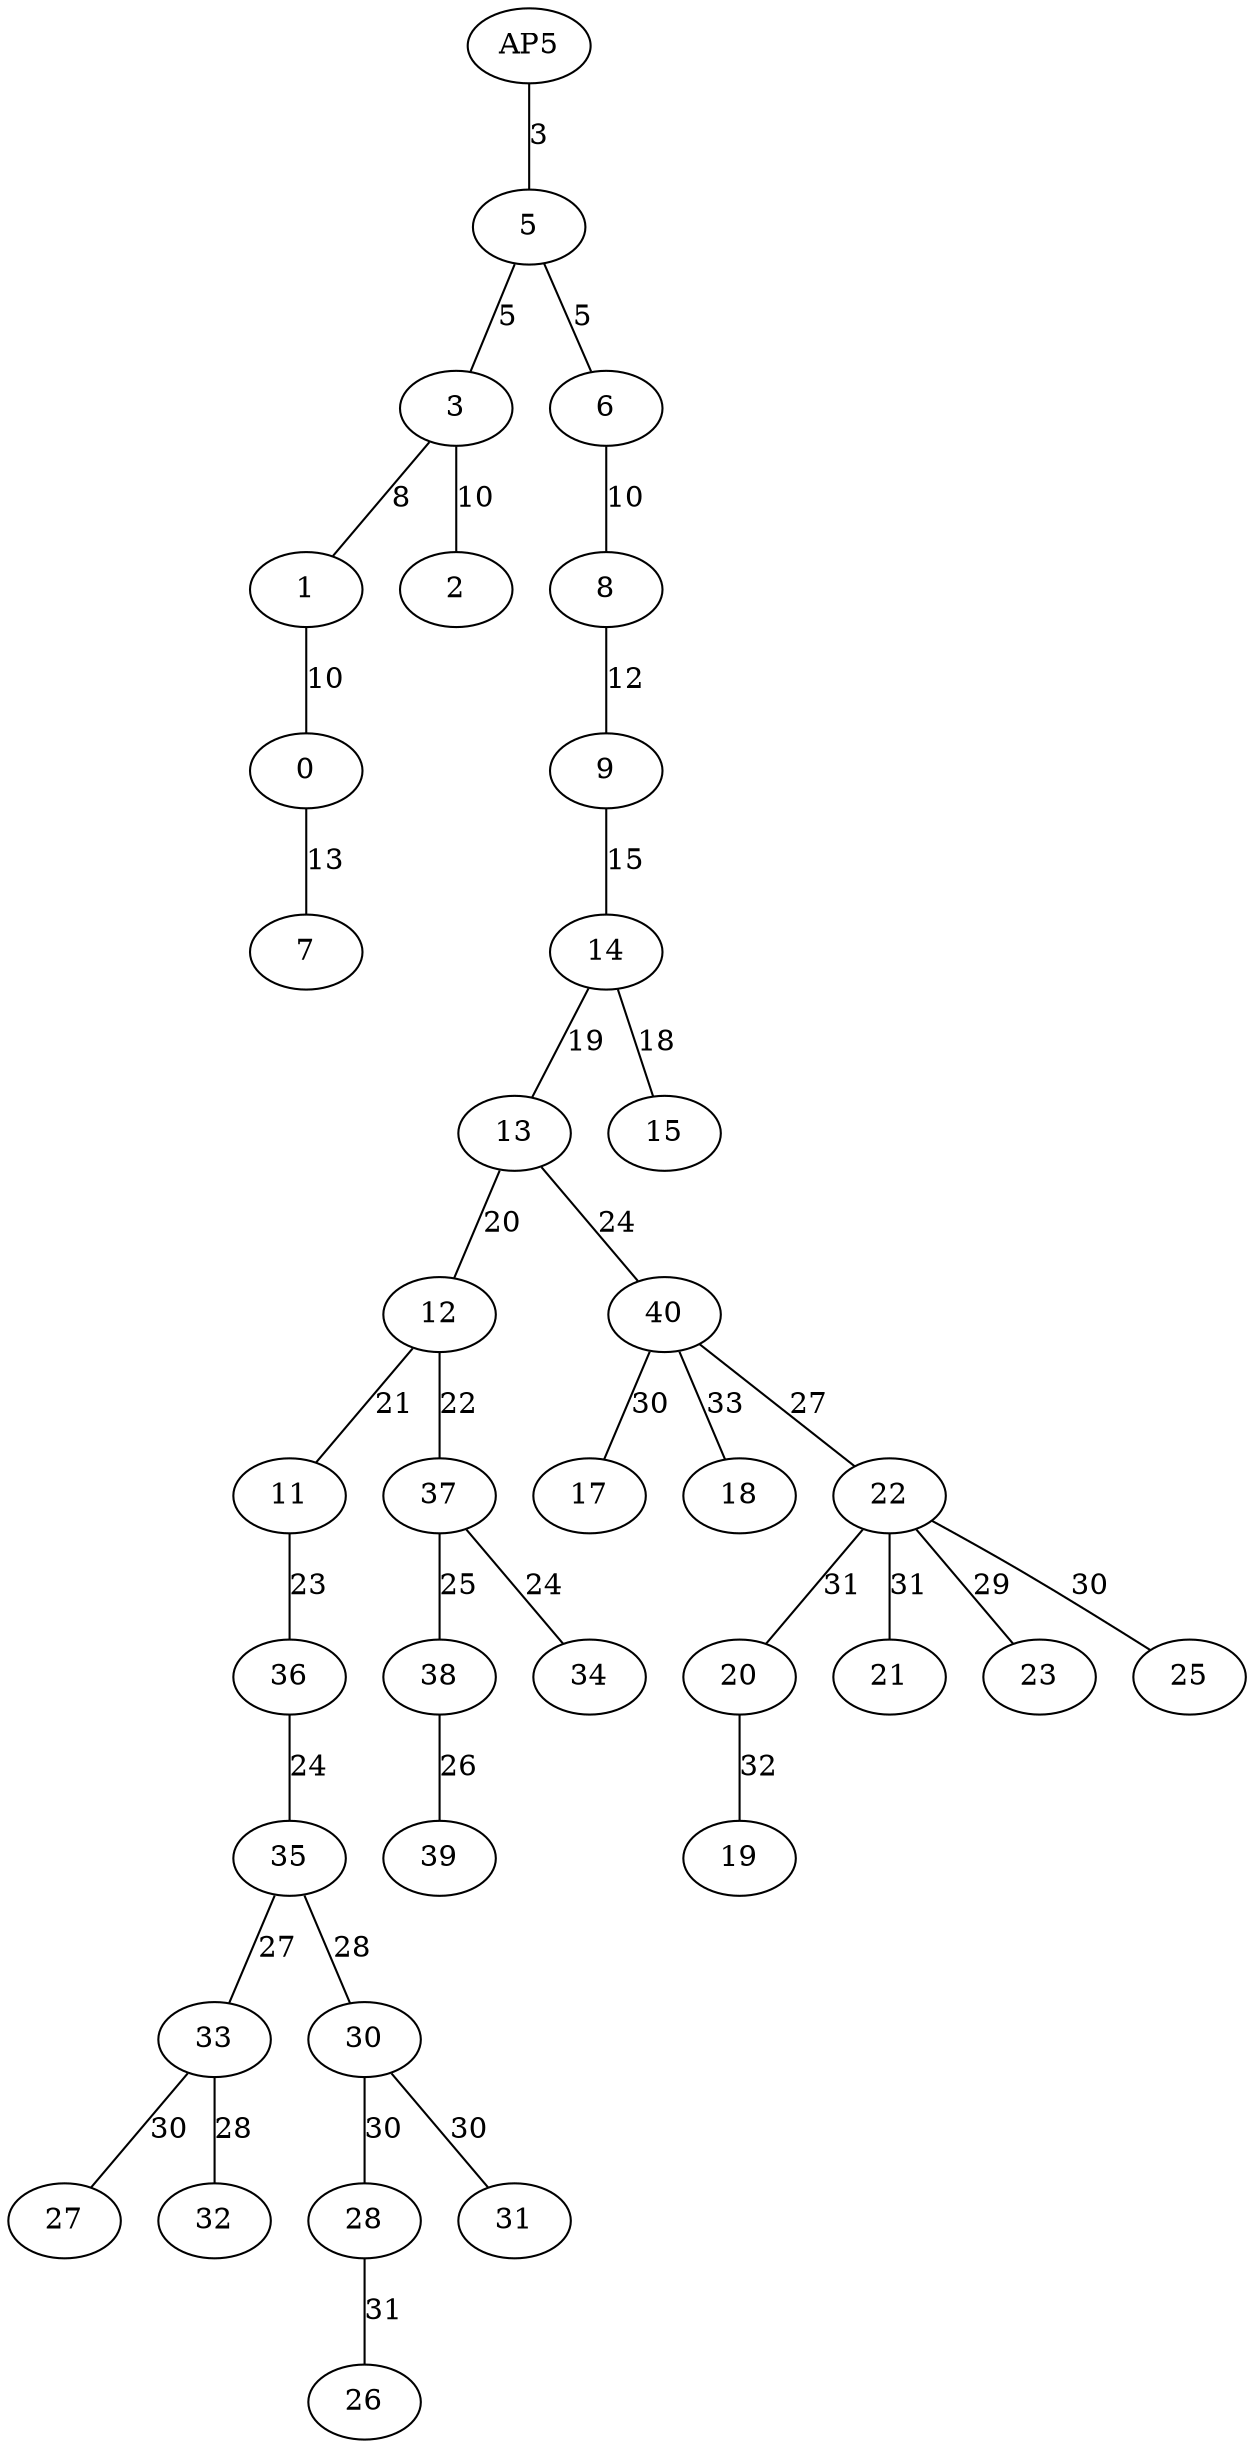
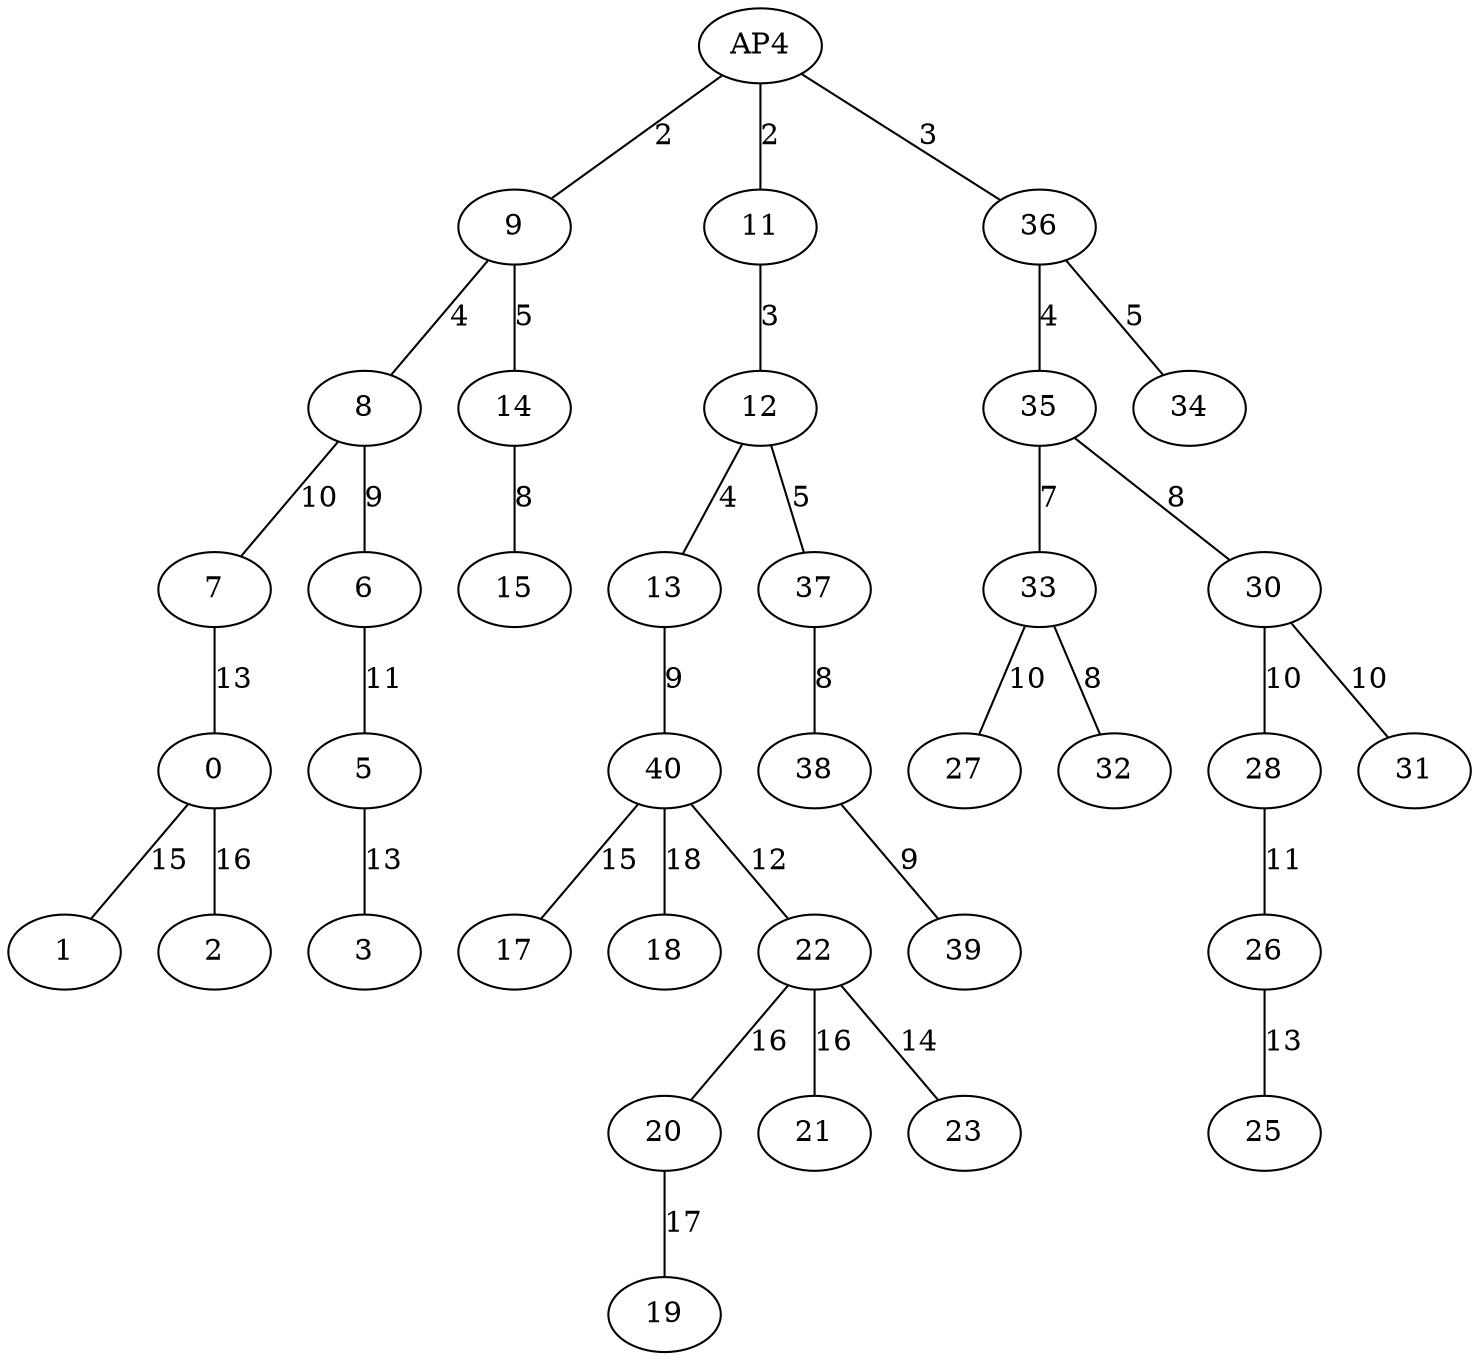
graph US13 {
- 1 -- ﻿0 [label="10"];
- 3 -- 1 [label="8"];
- 3 -- 2 [label="10"];
- ﻿0 -- 7 [label="13"];
- 5 -- 3 [label="5"];
- AP5 -- 5 [label="3"];
- 5 -- 6 [label="5"];
- 6 -- 8 [label="10"];
- 9 -- 14 [label="15"];
- 8 -- 9 [label="12"];
- 12 -- 11 [label="21"];
- 11 -- 36 [label="23"];
- 13 -- 12 [label="20"];
- 14 -- 13 [label="19"];
- 12 -- 37 [label="22"];
- 13 -- 40 [label="24"];
- 14 -- 15 [label="18"];
- 40 -- 17 [label="30"];
- 40 -- 18 [label="33"];
- 20 -- 19 [label="32"];
- 22 -- 20 [label="31"];
- 22 -- 21 [label="31"];
- 40 -- 22 [label="27"];
- 22 -- 23 [label="29"];
- 22 -- 25 [label="30"];
- 28 -- 26 [label="31"];
- 33 -- 27 [label="30"];
- 30 -- 28 [label="30"];
- 30 -- 31 [label="30"];
- 35 -- 33 [label="27"];
- 35 -- 30 [label="28"];
- 36 -- 35 [label="24"];
- 33 -- 32 [label="28"];
- 38 -- 39 [label="26"];
- 37 -- 34 [label="24"];
- 37 -- 38 [label="25"];
+ 7 -- ﻿0 [label="13"];
+ ﻿0 -- 1 [label="15"];
+ ﻿0 -- 2 [label="16"];
+ 8 -- 7 [label="10"];
+ 5 -- 3 [label="13"];
+ 6 -- 5 [label="11"];
+ 8 -- 6 [label="9"];
+ 9 -- 8 [label="4"];
+ 9 -- 14 [label="5"];
+ AP4 -- 9 [label="2"];
+ AP4 -- 11 [label="2"];
+ AP4 -- 36 [label="3"];
+ 11 -- 12 [label="3"];
+ 12 -- 13 [label="4"];
+ 12 -- 37 [label="5"];
+ 13 -- 40 [label="9"];
+ 14 -- 15 [label="8"];
+ 40 -- 17 [label="15"];
+ 40 -- 18 [label="18"];
+ 20 -- 19 [label="17"];
+ 22 -- 20 [label="16"];
+ 22 -- 21 [label="16"];
+ 40 -- 22 [label="12"];
+ 22 -- 23 [label="14"];
+ 26 -- 25 [label="13"];
+ 28 -- 26 [label="11"];
+ 33 -- 27 [label="10"];
+ 30 -- 28 [label="10"];
+ 30 -- 31 [label="10"];
+ 35 -- 33 [label="7"];
+ 35 -- 30 [label="8"];
+ 36 -- 35 [label="4"];
+ 33 -- 32 [label="8"];
+ 38 -- 39 [label="9"];
+ 36 -- 34 [label="5"];
+ 37 -- 38 [label="8"];
}